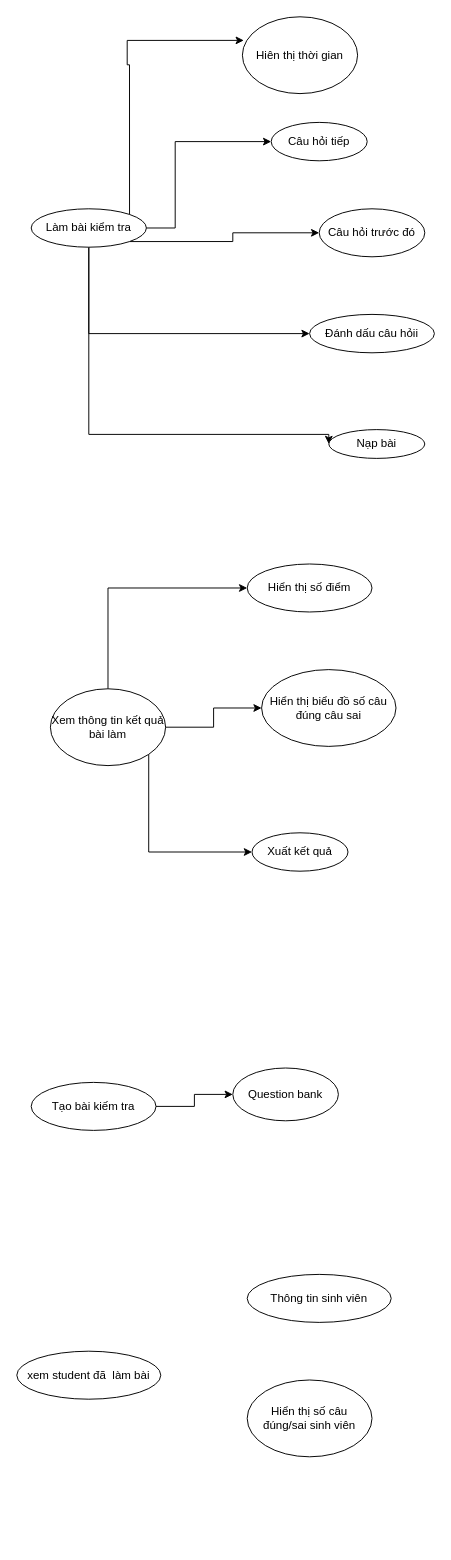
Earlier version of the draw.io diagram img/Biểu đồ không có tiêu đề.drawio (culeehi/Bai2). Source tidied: cells renumbered, new cells numbered last; positions are measured from the earlier drawing's top-left corner, leaving out a move shared by most shapes. Both pictures are drawn from the tidied source at 96%, with x=0, y=0 at pixel (16, 16).
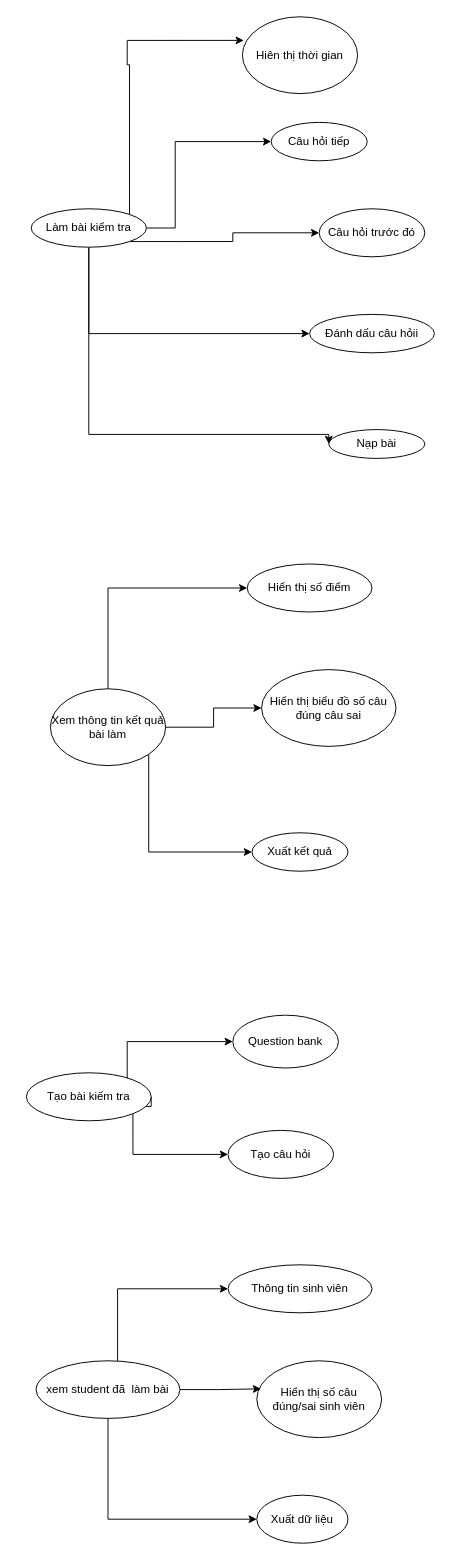
Above is the later version.

Commit message:
Cập nhật Biểu đồ không có tiêu đề.drawio

Change to the diagram source:
```diff
@@
     <mxCell id="20" style="edgeStyle=orthogonalEdgeStyle;rounded=0;jettySize=auto;html=1;exitX=1;exitY=0.5;exitDx=0;exitDy=0;entryX=0;entryY=0.5;entryDx=0;entryDy=0;" parent="1" edge="1" source="21" target="22">
-      <mxGeometry relative="1" as="geometry" />
+      <mxGeometry relative="1" as="geometry">
+        <Array as="points">
+          <mxPoint x="115" y="1135" />
+          <mxPoint x="115" y="1068" />
+        </Array>
+      </mxGeometry>
     </mxCell>
+    <mxCell id="26" style="edgeStyle=orthogonalEdgeStyle;rounded=0;jettySize=auto;html=1;exitX=1;exitY=1;exitDx=0;exitDy=0;entryX=0;entryY=0.5;entryDx=0;entryDy=0;" parent="1" edge="1" source="21" target="31">
+      <mxGeometry relative="1" as="geometry">
+        <Array as="points">
+          <mxPoint x="121" y="1185" />
+        </Array>
+      </mxGeometry>
+    </mxCell>
     <mxCell id="21" value="Tạo bài kiếm tra" style="ellipse;whiteSpace=wrap;html=1;" parent="1" vertex="1">
-      <mxGeometry x="15" y="1110" width="130" height="50" as="geometry" />
+      <mxGeometry x="10" y="1100" width="130" height="50" as="geometry" />
     </mxCell>
     <mxCell id="22" value="Question bank" style="ellipse;whiteSpace=wrap;html=1;" parent="1" vertex="1">
-      <mxGeometry x="225" y="1095" width="110" height="55" as="geometry" />
+      <mxGeometry x="225" y="1040" width="110" height="55" as="geometry" />
     </mxCell>
+    <mxCell id="27" style="edgeStyle=orthogonalEdgeStyle;rounded=0;jettySize=auto;html=1;entryX=0;entryY=0.5;entryDx=0;entryDy=0;" parent="1" edge="1" source="23" target="24">
+      <mxGeometry relative="1" as="geometry">
+        <Array as="points">
+          <mxPoint x="105" y="1325" />
+        </Array>
+      </mxGeometry>
+    </mxCell>
+    <mxCell id="28" style="edgeStyle=orthogonalEdgeStyle;rounded=0;jettySize=auto;html=1;exitX=0.5;exitY=1;exitDx=0;exitDy=0;entryX=0;entryY=0.5;entryDx=0;entryDy=0;" parent="1" edge="1" source="23" target="29">
+      <mxGeometry relative="1" as="geometry" />
+    </mxCell>
     <mxCell id="23" value="xem student đã&amp;nbsp; làm bài" style="ellipse;whiteSpace=wrap;html=1;" parent="1" vertex="1">
-      <mxGeometry y="1390" width="150" height="50" as="geometry" />
+      <mxGeometry x="20" y="1400" width="150" height="60" as="geometry" />
     </mxCell>
     <mxCell id="24" value="Thông tin sinh viên" style="ellipse;whiteSpace=wrap;html=1;" parent="1" vertex="1">
-      <mxGeometry x="240" y="1310" width="150" height="50" as="geometry" />
+      <mxGeometry x="220" y="1300" width="150" height="50" as="geometry" />
     </mxCell>
     <mxCell id="25" value="Hiển thị số câu đúng/sai sinh viên" style="ellipse;whiteSpace=wrap;html=1;" parent="1" vertex="1">
-      <mxGeometry x="240" y="1420" width="130" height="80" as="geometry" />
+      <mxGeometry x="250" y="1400" width="130" height="80" as="geometry" />
     </mxCell>
+    <mxCell id="29" value="Xuất dữ liệu" style="ellipse;whiteSpace=wrap;html=1;" parent="1" vertex="1">
+      <mxGeometry x="250" y="1540" width="95" height="50" as="geometry" />
+    </mxCell>
+    <mxCell id="30" style="edgeStyle=orthogonalEdgeStyle;rounded=0;jettySize=auto;html=1;exitX=1;exitY=0.5;exitDx=0;exitDy=0;entryX=0.034;entryY=0.365;entryDx=0;entryDy=0;entryPerimeter=0;" parent="1" edge="1" source="23" target="25">
+      <mxGeometry relative="1" as="geometry" />
+    </mxCell>
+    <mxCell id="31" value="Tạo câu hỏi" style="ellipse;whiteSpace=wrap;html=1;" parent="1" vertex="1">
+      <mxGeometry x="220" y="1160" width="110" height="50" as="geometry" />
+    </mxCell>
```
